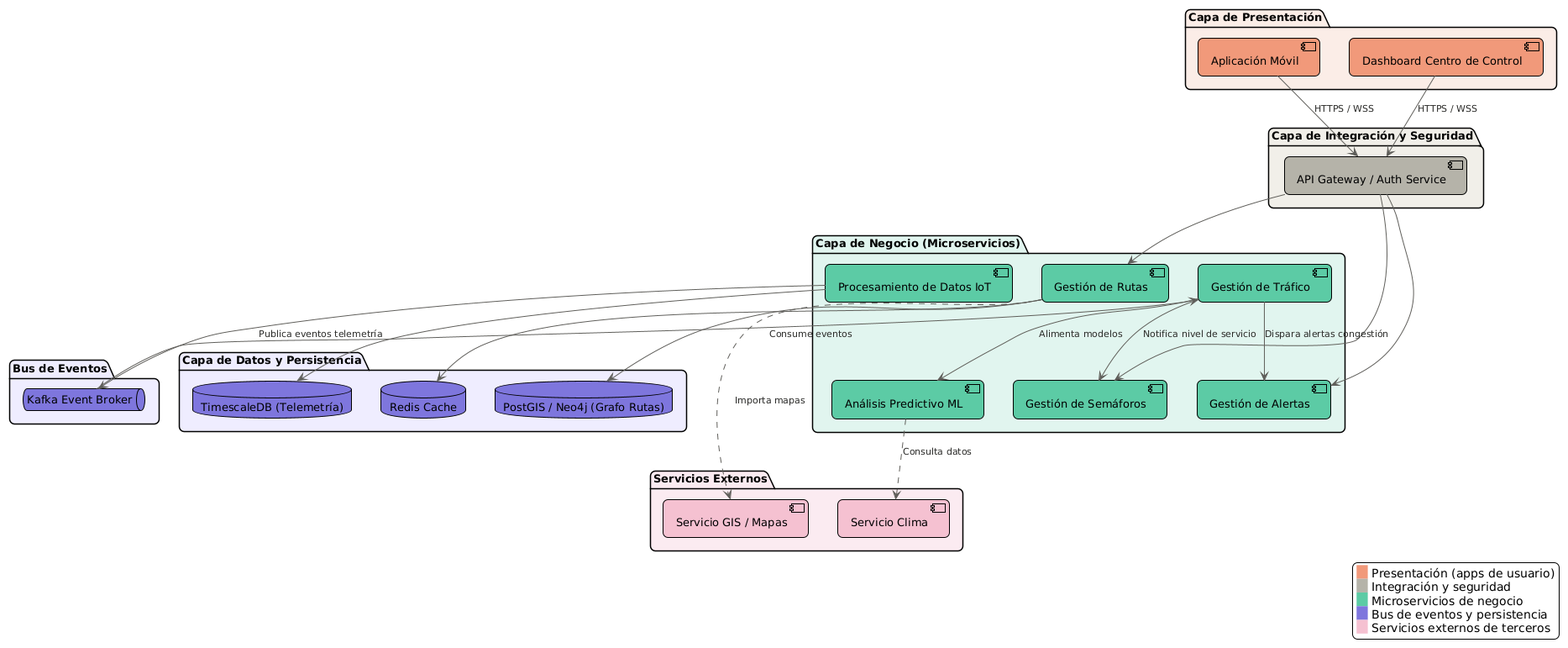
This is diagrams/renders/vista-logica.png from JhonathanMusa/smart-mobility-system, a PlantUML export, as it was before one commit.
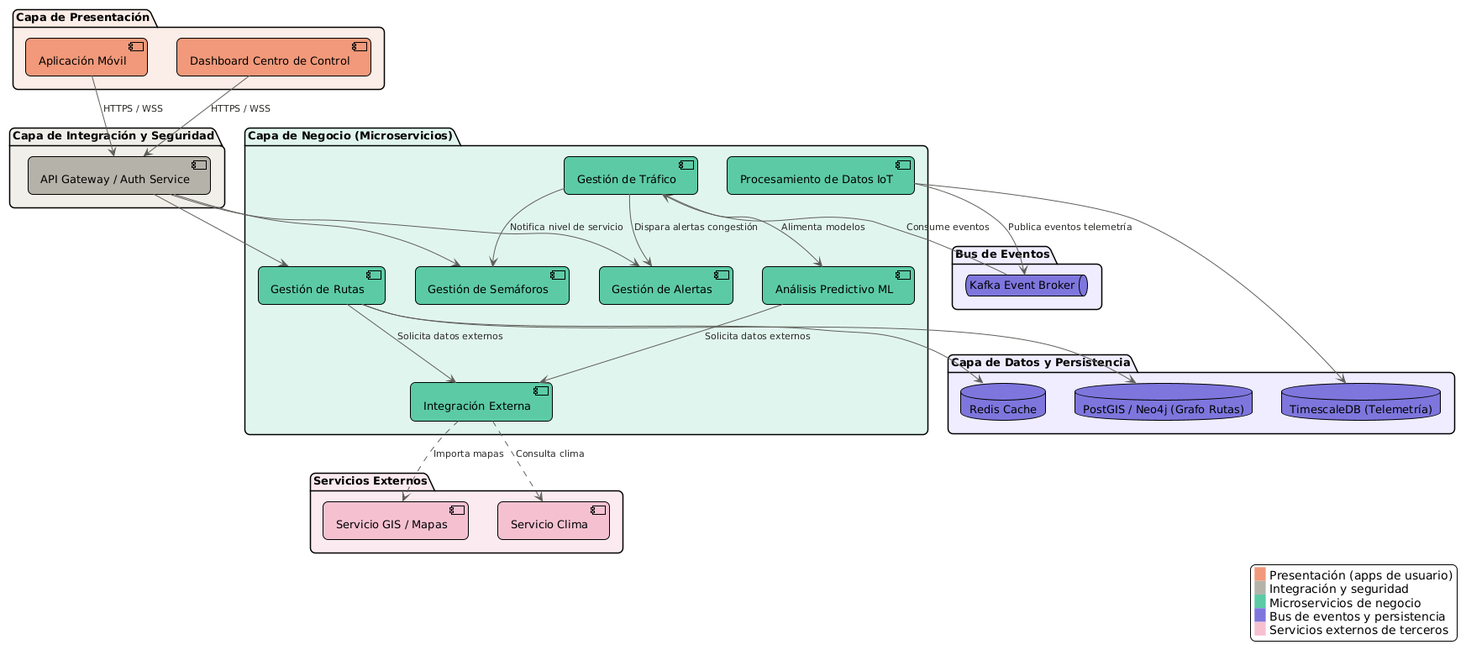
After the commit.

Diff of the diagram source:
```diff
@@ -43,6 +43,7 @@
   [Gestión de Rutas] as MGR #5DCAA5
   [Gestión de Alertas] as MGA #5DCAA5
   [Análisis Predictivo ML] as ML #5DCAA5
+  [Integración Externa] as IntExt #5DCAA5
 }
 
 package "Bus de Eventos" #EEEDFE {
@@ -77,8 +78,10 @@
 MGS --> DB_Time
 MGR --> Cache
 
-ML ..> Weather : Consulta datos
-MGR ..> GIS : Importa mapas
+ML --> IntExt : Solicita datos externos
+MGR --> IntExt : Solicita datos externos
+IntExt ..> Weather : Consulta clima
+IntExt ..> GIS : Importa mapas
 
 legend right
   <back:#F0997B>   </back> Presentación (apps de usuario)
```
